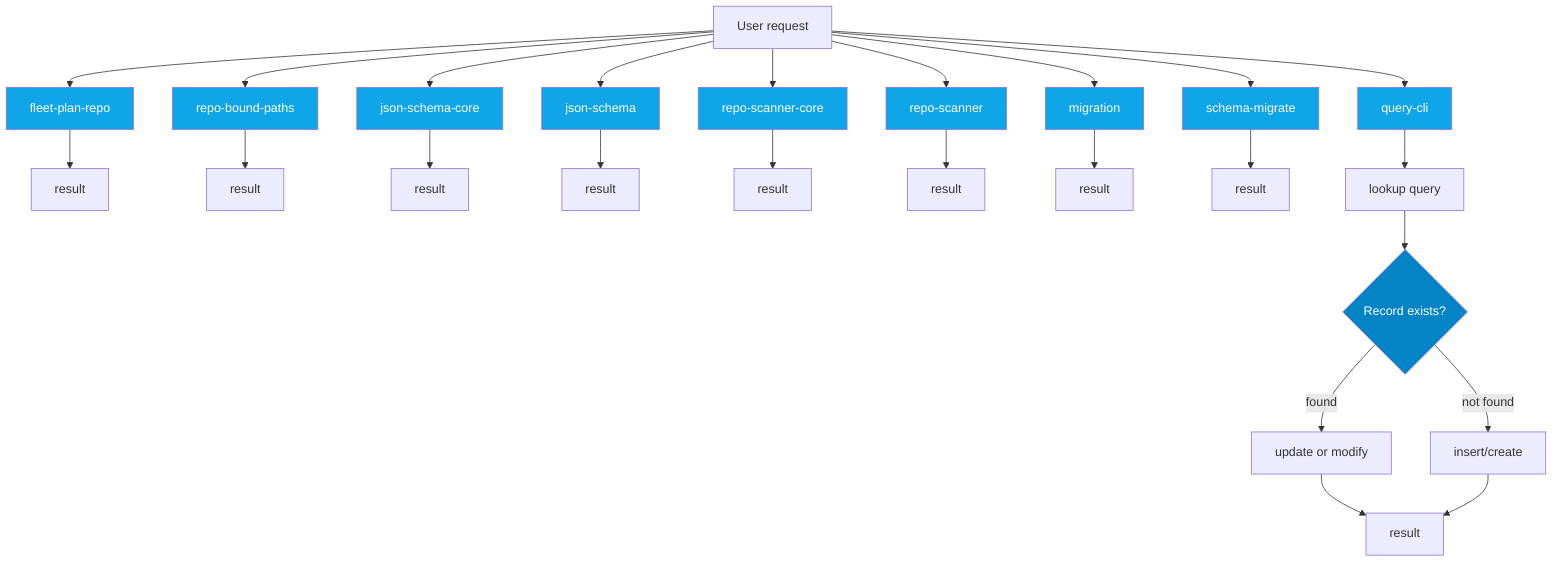
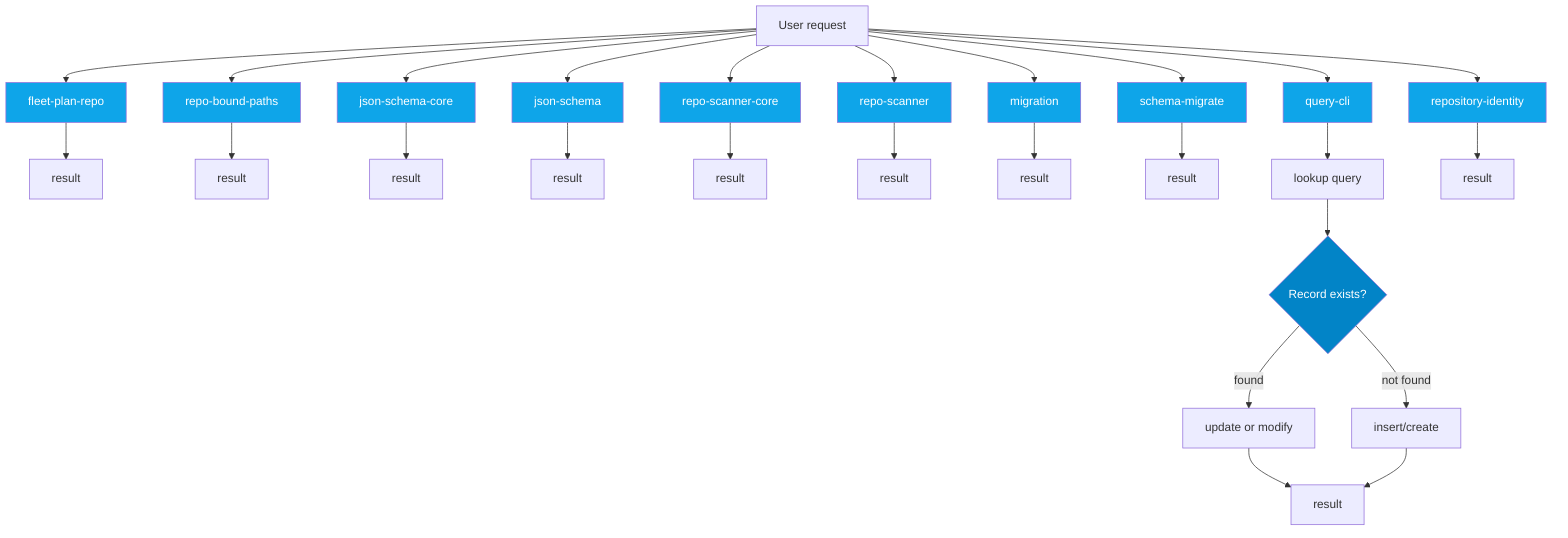
flowchart TD
  UserRequest["User request"]
  Decision{Record exists?}
  fleet_plan_repo_ecdc6499["fleet-plan-repo"]
  UserRequest --> fleet_plan_repo_ecdc6499
  fleet_plan_repo_ecdc6499 --> fleet_plan_repo_ecdc6499_result["result"]
  repo_bound_paths_e218b5b3["repo-bound-paths"]
  UserRequest --> repo_bound_paths_e218b5b3
  repo_bound_paths_e218b5b3 --> repo_bound_paths_e218b5b3_result["result"]
  json_schema_core_96d7e328["json-schema-core"]
  UserRequest --> json_schema_core_96d7e328
  json_schema_core_96d7e328 --> json_schema_core_96d7e328_result["result"]
  json_schema_74a768d7["json-schema"]
  UserRequest --> json_schema_74a768d7
  json_schema_74a768d7 --> json_schema_74a768d7_result["result"]
  repo_scanner_core_8e9f7646["repo-scanner-core"]
  UserRequest --> repo_scanner_core_8e9f7646
  repo_scanner_core_8e9f7646 --> repo_scanner_core_8e9f7646_result["result"]
  repo_scanner_a8b2579e["repo-scanner"]
  UserRequest --> repo_scanner_a8b2579e
  repo_scanner_a8b2579e --> repo_scanner_a8b2579e_result["result"]
  migration_8a6cead4["migration"]
  UserRequest --> migration_8a6cead4
  migration_8a6cead4 --> migration_8a6cead4_result["result"]
  schema_migrate_c0646635["schema-migrate"]
  UserRequest --> schema_migrate_c0646635
  schema_migrate_c0646635 --> schema_migrate_c0646635_result["result"]
  query_cli_b95be64d["query-cli"]
  UserRequest --> query_cli_b95be64d
  query_cli_b95be64d --> query_cli_b95be64d_lookup["lookup query"]
  query_cli_b95be64d_lookup --> Decision
  Decision -->|found| query_cli_b95be64d_update["update or modify"]
  Decision -->|not found| query_cli_b95be64d_create["insert/create"]
  query_cli_b95be64d_update --> query_cli_b95be64d_result["result"]
  query_cli_b95be64d_create --> query_cli_b95be64d_result["result"]
+   repository_identity_9dc13d37["repository-identity"]
+   UserRequest --> repository_identity_9dc13d37
+   repository_identity_9dc13d37 --> repository_identity_9dc13d37_result["result"]
  classDef dbNode fill:#0ea5e9,color:#fff
-   class fleet_plan_repo_ecdc6499,repo_bound_paths_e218b5b3,json_schema_core_96d7e328,json_schema_74a768d7,repo_scanner_core_8e9f7646,repo_scanner_a8b2579e,migration_8a6cead4,schema_migrate_c0646635,query_cli_b95be64d dbNode
+   class fleet_plan_repo_ecdc6499,repo_bound_paths_e218b5b3,json_schema_core_96d7e328,json_schema_74a768d7,repo_scanner_core_8e9f7646,repo_scanner_a8b2579e,migration_8a6cead4,schema_migrate_c0646635,query_cli_b95be64d,repository_identity_9dc13d37 dbNode
  classDef decisionNode fill:#0284c7,color:#fff
  class Decision decisionNode
